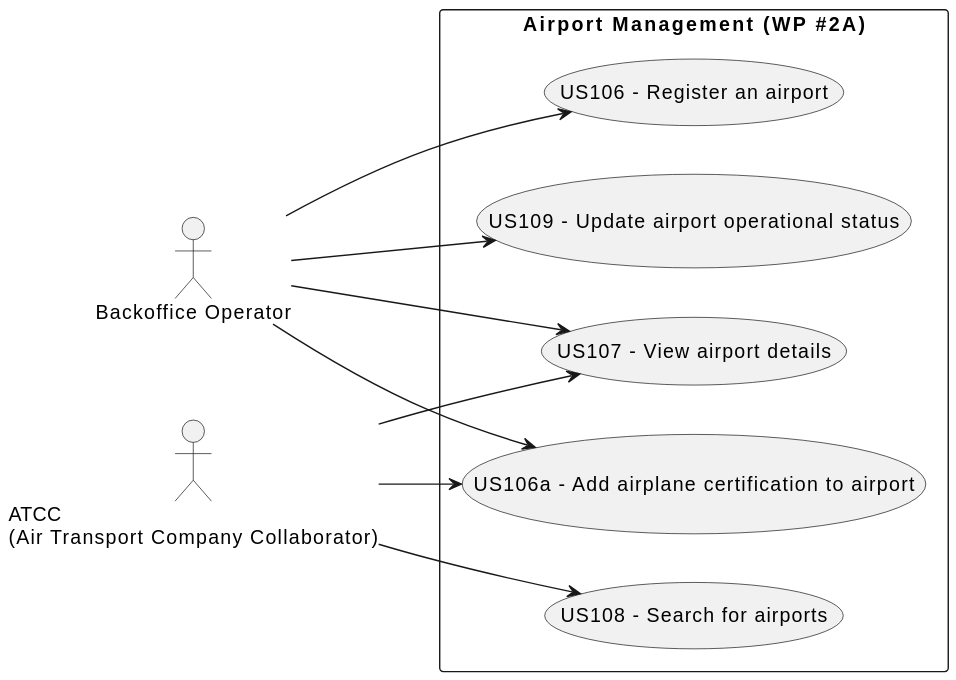
The PlantUML diagram docs/use-cases/WP#_A/WP#2A/svg/use_case_diagram.svg in VascoMagolo/psoft_1231562_1241692_1242036_2db, before a commit. Source of this version:
```plantuml
@startuml
left to right direction
skinparam packageStyle rectangle

actor "Backoffice Operator" as BO
actor "ATCC\n(Air Transport Company Collaborator)" as ATCC

rectangle "Airport Management (WP #2A)" {
  usecase "US106 - Register an airport" as UC106
  usecase "US106a - Add airplane certification to airport" as UC106a
  usecase "US107 - View airport details" as UC107
  usecase "US108 - Search for airports" as UC108
  usecase "US109 - Update airport operational status" as UC109
}

BO --> UC106
BO --> UC106a
BO --> UC107
BO --> UC109

ATCC --> UC106a
ATCC --> UC107
ATCC --> UC108
@enduml
```
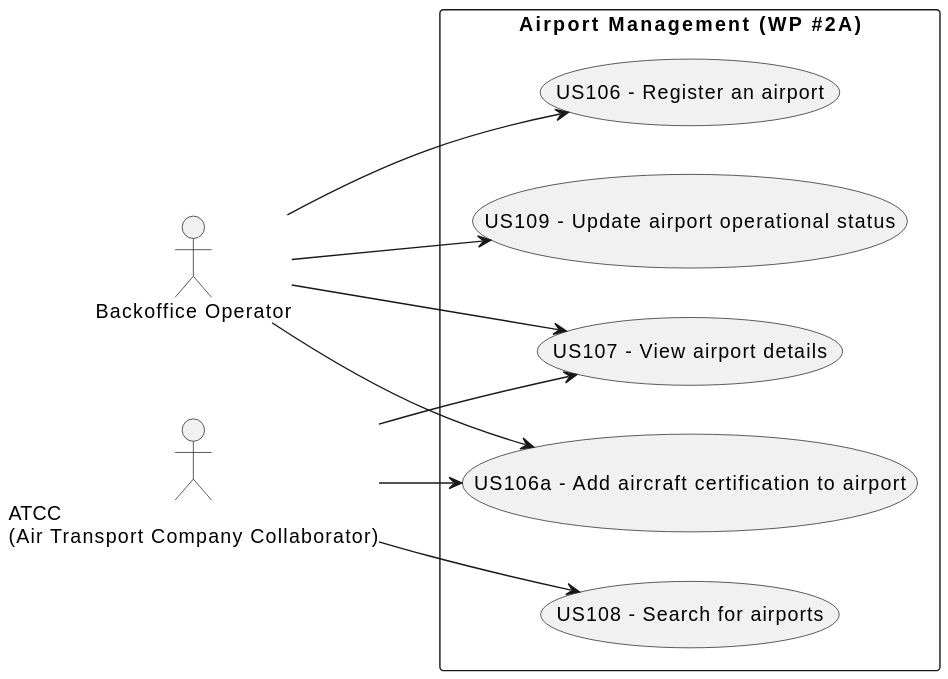
After the change.

The edit, as a diff of the source:
```diff
@@ -7,7 +7,7 @@
 
 rectangle "Airport Management (WP #2A)" {
   usecase "US106 - Register an airport" as UC106
-  usecase "US106a - Add airplane certification to airport" as UC106a
+  usecase "US106a - Add aircraft certification to airport" as UC106a
   usecase "US107 - View airport details" as UC107
   usecase "US108 - Search for airports" as UC108
   usecase "US109 - Update airport operational status" as UC109
```
